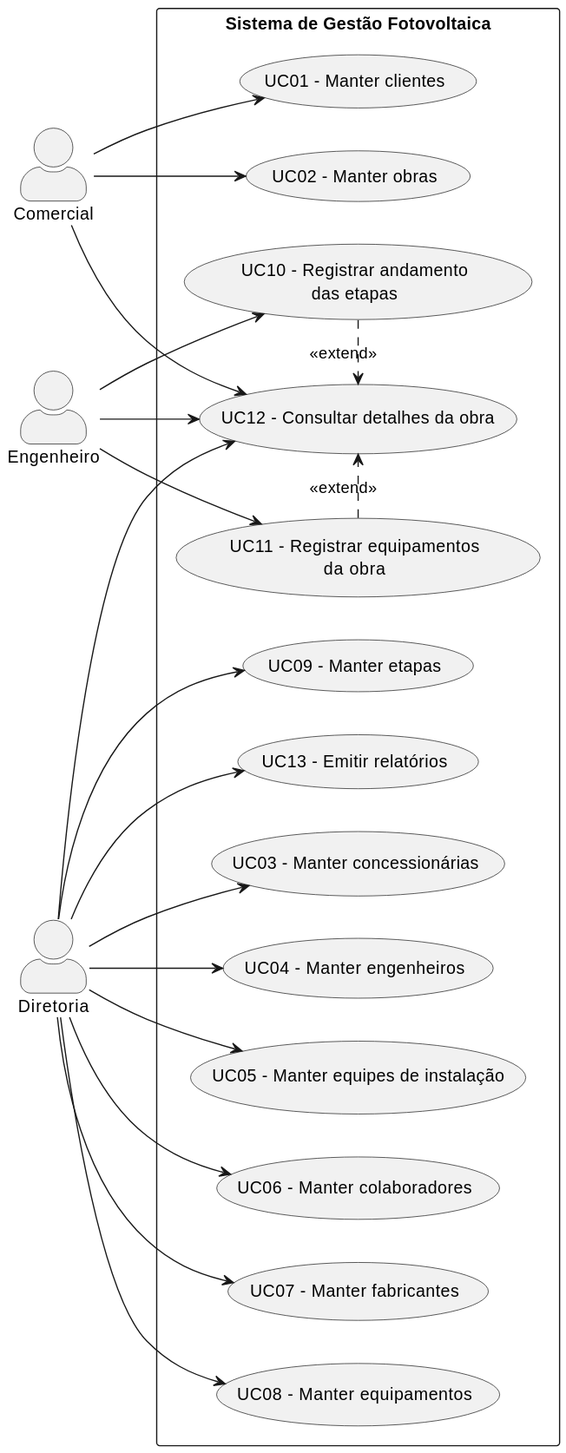
Earlier version of the PlantUML export documentacao/casos_de_uso.svg (christianoeds/gestao_fotovoltaica).
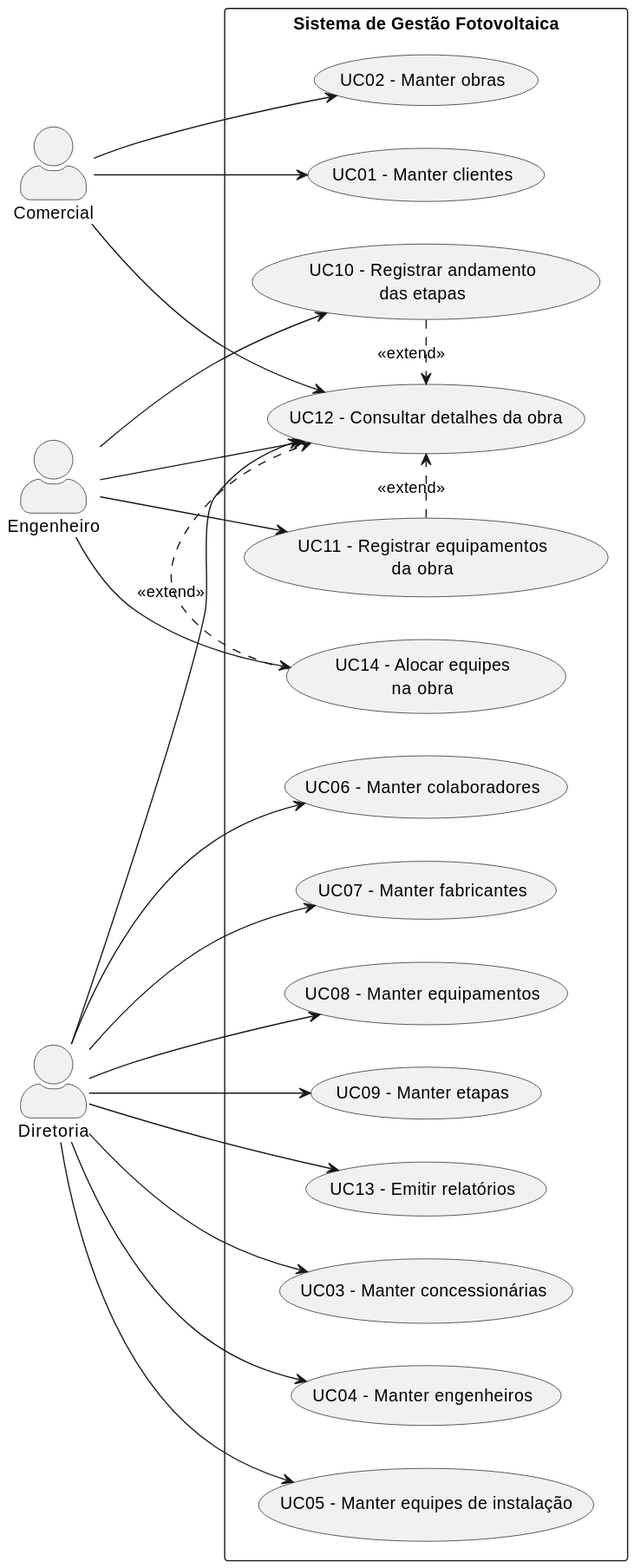
After the commit.

Commit message:
ajustando o modelo conceitual - 1 obra pode ter 0 ou várias equipes trabalhando ao mesmo tempo e 1 equipe pode executar 0 ou várias obras

Change to the diagram source:
```diff
@@ -14,6 +14,7 @@
   usecase "UC12 - Consultar detalhes da obra" as UC12
   usecase "UC10 - Registrar andamento\ndas etapas" as UC10
   usecase "UC11 - Registrar equipamentos\nda obra" as UC11
+  usecase "UC14 - Alocar equipes\nna obra" as UC14
 
   usecase "UC03 - Manter concessionárias" as UC03
   usecase "UC04 - Manter engenheiros" as UC04
@@ -32,6 +33,7 @@
 engenheiro --> UC12
 engenheiro --> UC10
 engenheiro --> UC11
+engenheiro --> UC14
 
 diretoria --> UC12
 diretoria --> UC03
@@ -45,4 +47,5 @@
 
 UC10 .> UC12 : <<extend>>
 UC11 .> UC12 : <<extend>>
+UC14 .> UC12 : <<extend>>
 @enduml
```
